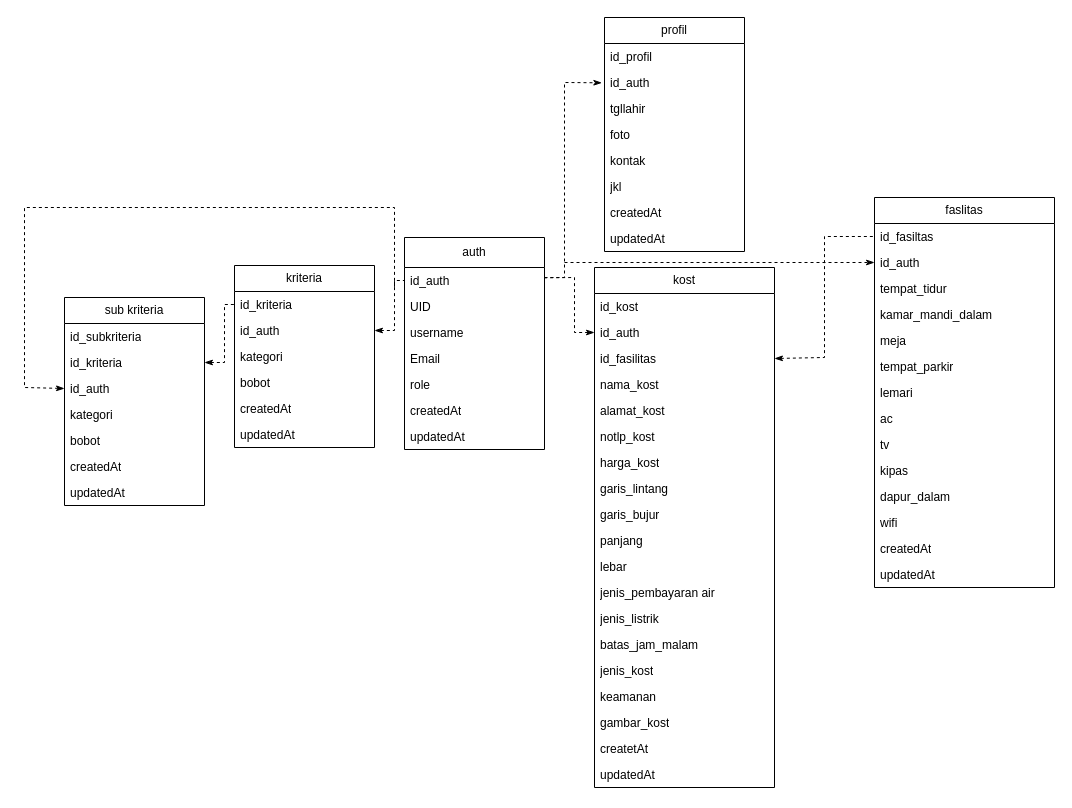
Before: page "Class Diagram" (1 of 2) of drawio/class digaram.drawio in HANNN-YOLO/skripsi, a draw.io diagram. Source tidied: cells renumbered, new cells numbered last; positions are measured from the earlier drawing's top-left corner, leaving out a move shared by most shapes. Both pictures are drawn from the tidied source at 100%, with x=0, y=0 at pixel (24, 17).
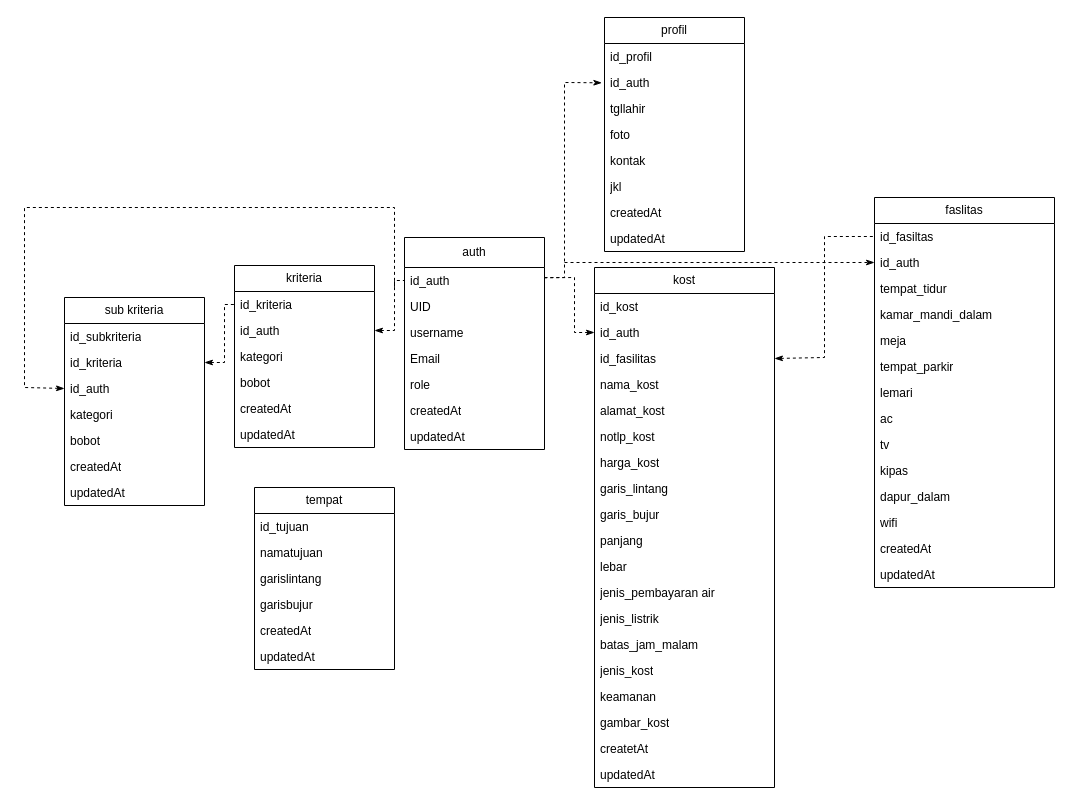
The same page after the edit.

Diff of the diagram source:
```diff
@@
+    <mxCell id="76" value="tempat" style="swimlane;fontStyle=0;horizontal=1;startSize=26;fillColor=none;whiteSpace=wrap;html=1;" parent="1" vertex="1">
+      <mxGeometry x="230" y="470" width="140" height="182" as="geometry" />
+    </mxCell>
+    <mxCell id="77" value="id_tujuan" style="text;strokeColor=none;fillColor=none;align=left;verticalAlign=top;spacingLeft=4;spacingRight=4;overflow=hidden;whiteSpace=wrap;html=1;" parent="76" vertex="1">
+      <mxGeometry y="26" width="140" height="26" as="geometry" />
+    </mxCell>
+    <mxCell id="78" value="namatujuan" style="text;strokeColor=none;fillColor=none;align=left;verticalAlign=top;spacingLeft=4;spacingRight=4;overflow=hidden;whiteSpace=wrap;html=1;" parent="76" vertex="1">
+      <mxGeometry y="52" width="140" height="26" as="geometry" />
+    </mxCell>
+    <mxCell id="79" value="garislintang" style="text;strokeColor=none;fillColor=none;align=left;verticalAlign=top;spacingLeft=4;spacingRight=4;overflow=hidden;whiteSpace=wrap;html=1;" parent="76" vertex="1">
+      <mxGeometry y="78" width="140" height="26" as="geometry" />
+    </mxCell>
+    <mxCell id="80" value="&lt;div&gt;garisbujur&lt;/div&gt;" style="text;strokeColor=none;fillColor=none;align=left;verticalAlign=top;spacingLeft=4;spacingRight=4;overflow=hidden;whiteSpace=wrap;html=1;" parent="76" vertex="1">
+      <mxGeometry y="104" width="140" height="26" as="geometry" />
+    </mxCell>
+    <mxCell id="81" value="createdAt" style="text;strokeColor=none;fillColor=none;align=left;verticalAlign=top;spacingLeft=4;spacingRight=4;overflow=hidden;whiteSpace=wrap;html=1;" parent="76" vertex="1">
+      <mxGeometry y="130" width="140" height="26" as="geometry" />
+    </mxCell>
+    <mxCell id="82" value="updatedAt" style="text;strokeColor=none;fillColor=none;align=left;verticalAlign=top;spacingLeft=4;spacingRight=4;overflow=hidden;whiteSpace=wrap;html=1;" parent="76" vertex="1">
+      <mxGeometry y="156" width="140" height="26" as="geometry" />
+    </mxCell>
```
